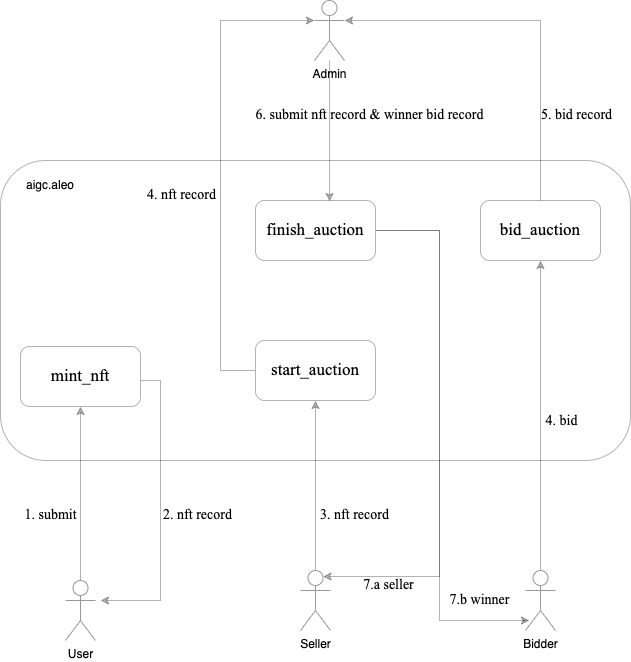
Before: artgo.png, a diagram exported from draw.io (artgo-labs/artgo). Source tidied: cells renumbered, new cells last; positions are measured from the earlier drawing's top-left corner, leaving out a move shared by most shapes.
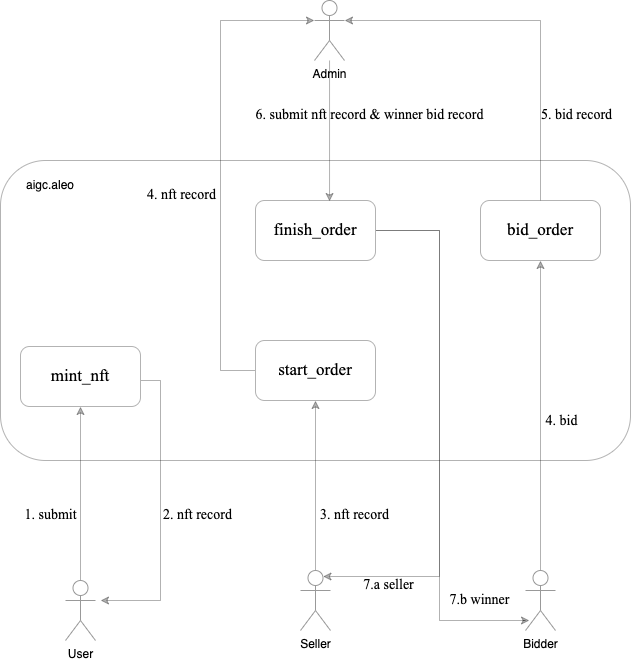
The same file after the commit.

Commit message:
update order process

What changed in the source:
```diff
@@ -13,7 +13,7 @@
         </Array>
       </mxGeometry>
     </mxCell>
-    <mxCell id="4" value="start_auction" style="rounded=1;whiteSpace=wrap;html=1;gradientColor=#ffffff;strokeColor=#B3B3B3;fontSize=17;fontFamily=Times New Roman;" parent="1" vertex="1">
+    <mxCell id="4" value="start_order" style="rounded=1;whiteSpace=wrap;html=1;gradientColor=#ffffff;strokeColor=#B3B3B3;fontSize=17;fontFamily=Times New Roman;" parent="1" vertex="1">
       <mxGeometry x="255" y="340" width="120" height="60" as="geometry" />
     </mxCell>
     <mxCell id="5" style="edgeStyle=orthogonalEdgeStyle;rounded=0;jettySize=auto;html=1;fontSize=17;fontFamily=Times New Roman;startArrow=none;startFill=0;endFill=1;opacity=30;" parent="1" edge="1" source="6">
@@ -28,7 +28,7 @@
     <mxCell id="6" value="mint_nft" style="whiteSpace=wrap;html=1;fontSize=17;fontFamily=Times New Roman;strokeColor=#B3B3B3;rounded=1;gradientColor=#ffffff;" parent="1" vertex="1">
       <mxGeometry x="20" y="346" width="120" height="60" as="geometry" />
     </mxCell>
-    <mxCell id="7" value="bid_auction" style="rounded=1;whiteSpace=wrap;html=1;gradientColor=#ffffff;strokeColor=#B3B3B3;fontSize=17;fontFamily=Times New Roman;" parent="1" vertex="1">
+    <mxCell id="7" value="bid_order" style="rounded=1;whiteSpace=wrap;html=1;gradientColor=#ffffff;strokeColor=#B3B3B3;fontSize=17;fontFamily=Times New Roman;" parent="1" vertex="1">
       <mxGeometry x="480" y="200" width="120" height="60" as="geometry" />
     </mxCell>
     <mxCell id="8" style="edgeStyle=orthogonalEdgeStyle;rounded=0;jettySize=auto;html=1;fontSize=17;entryX=0.75;entryY=0.1;entryDx=0;entryDy=0;entryPerimeter=0;fontFamily=Times New Roman;startArrow=none;startFill=0;endFill=1;opacity=30;" parent="1" edge="1" source="10" target="20">
@@ -49,7 +49,7 @@
         </Array>
       </mxGeometry>
     </mxCell>
-    <mxCell id="10" value="finish_auction" style="rounded=1;whiteSpace=wrap;html=1;gradientColor=#ffffff;strokeColor=#B3B3B3;fontSize=17;fontFamily=Times New Roman;" parent="1" vertex="1">
+    <mxCell id="10" value="finish_order" style="rounded=1;whiteSpace=wrap;html=1;gradientColor=#ffffff;strokeColor=#B3B3B3;fontSize=17;fontFamily=Times New Roman;" parent="1" vertex="1">
       <mxGeometry x="255" y="200" width="120" height="60" as="geometry" />
     </mxCell>
     <mxCell id="11" style="edgeStyle=orthogonalEdgeStyle;rounded=0;jettySize=auto;html=1;fontSize=17;fontFamily=Times New Roman;startArrow=none;startFill=0;endFill=1;opacity=30;" parent="1" edge="1" source="12" target="6">
```
